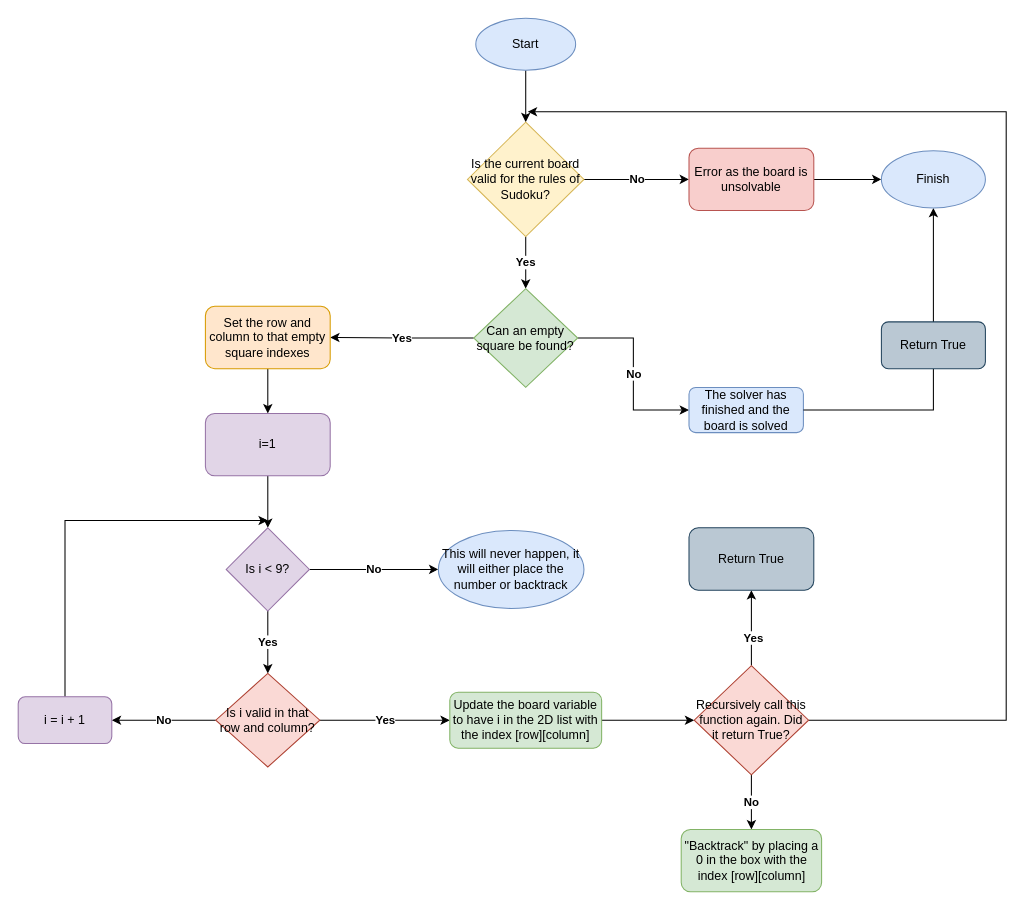
Theo-Coop/NEA keeps this draw.io diagram as Sudoku/Design_diagrams/Solver_algorithm_flowchart.drawio. Above is the earlier version. Source tidied: cells renumbered, new cells numbered last; positions are measured from the earlier drawing's top-left corner, leaving out a move shared by most shapes. Both pictures are drawn from the tidied source at 104%, with x=0, y=0 at pixel (18, 18).
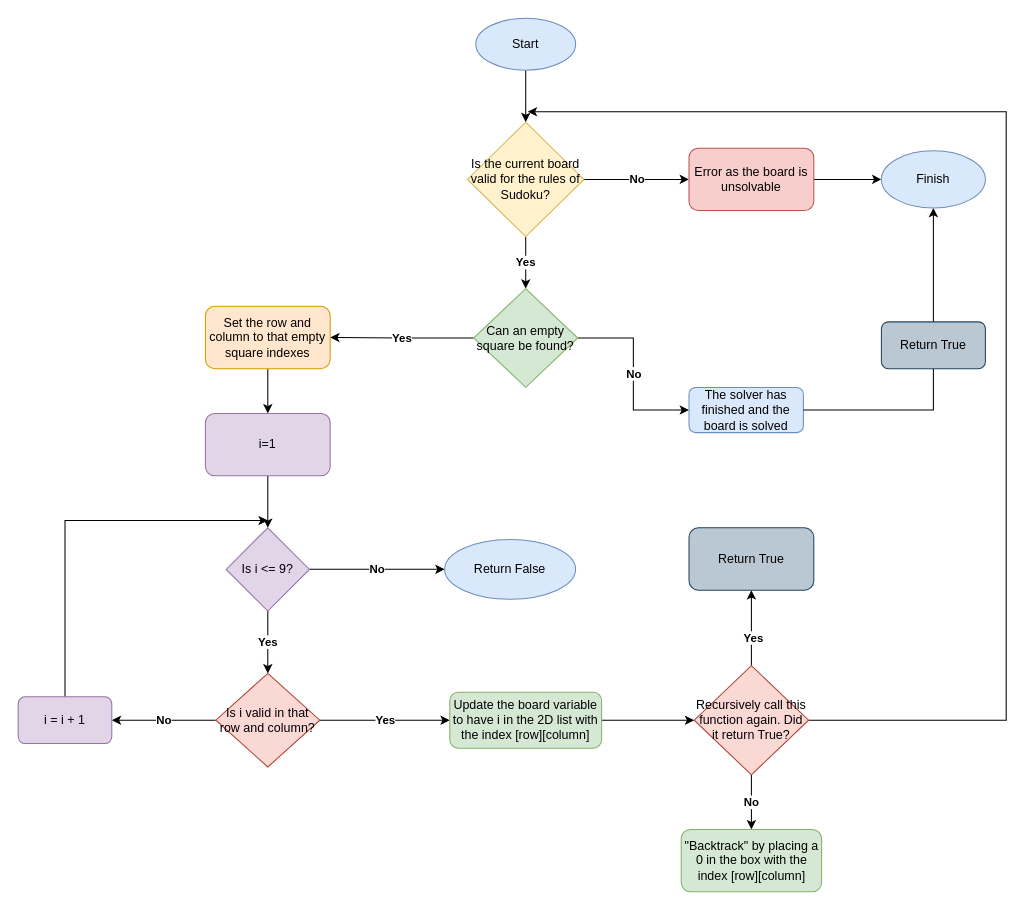
The same diagram, later.

The edit, as a diff of the source:
```diff
@@
-    <mxCell id="20" value="Is i &amp;lt; 9?" style="rhombus;whiteSpace=wrap;html=1;fillColor=#e1d5e7;strokeColor=#9673a6;" parent="1" vertex="1">
+    <mxCell id="20" value="Is i &amp;lt;= 9?" style="rhombus;whiteSpace=wrap;html=1;fillColor=#e1d5e7;strokeColor=#9673a6;" parent="1" vertex="1">
       <mxGeometry x="200" y="490" width="80" height="80" as="geometry" />
     </mxCell>
-    <mxCell id="21" value="This will never happen, it will either place the number or backtrack" style="ellipse;whiteSpace=wrap;html=1;fillColor=#dae8fc;strokeColor=#6c8ebf;" parent="1" vertex="1">
-      <mxGeometry x="404" y="492.5" width="140" height="75" as="geometry" />
+    <mxCell id="21" value="Return False" style="ellipse;whiteSpace=wrap;html=1;fillColor=#dae8fc;strokeColor=#6c8ebf;" parent="1" vertex="1">
+      <mxGeometry x="410" y="501.2" width="126" height="57.5" as="geometry" />
     </mxCell>
```
